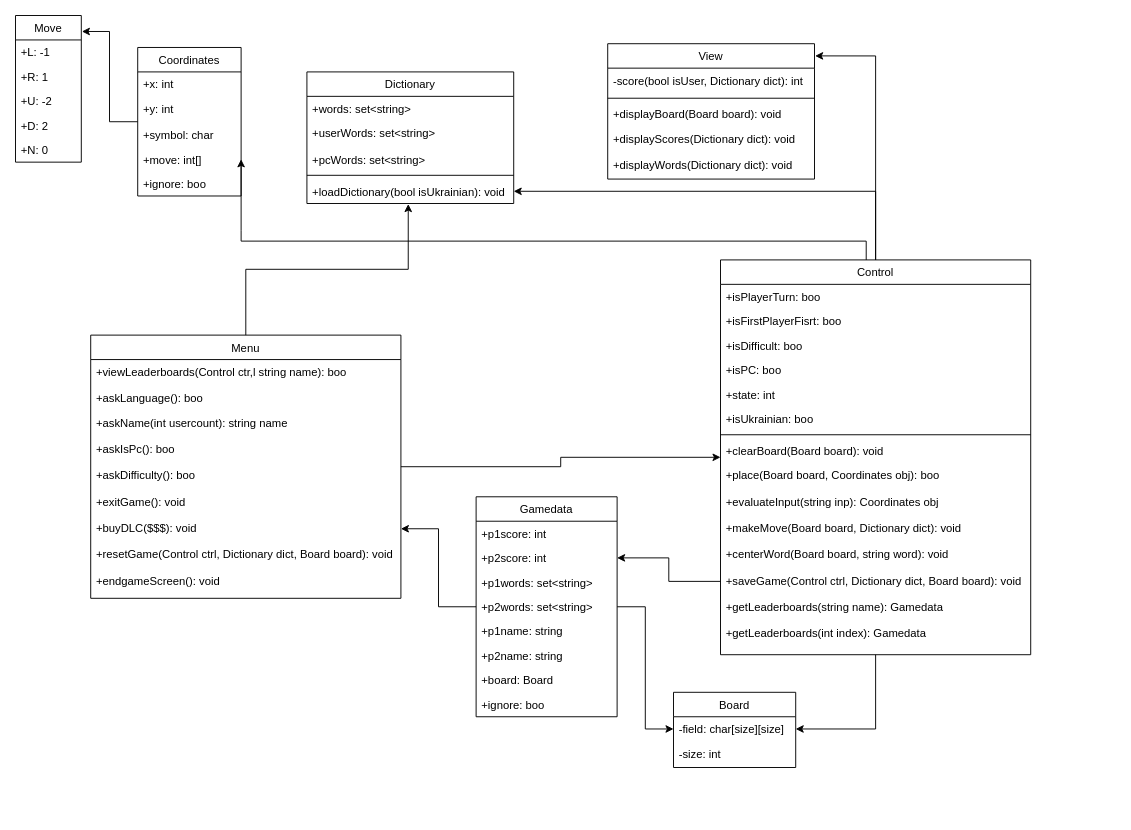
Earlier version of the draw.io diagram diagrams/ClassDiagram.drawio (MrAnt22/Kings-balda). Source tidied: cells renumbered, new cells numbered last; positions are measured from the earlier drawing's top-left corner, leaving out a move shared by most shapes. Both pictures are drawn from the tidied source at 94%, with x=0, y=0 at pixel (15, 15).
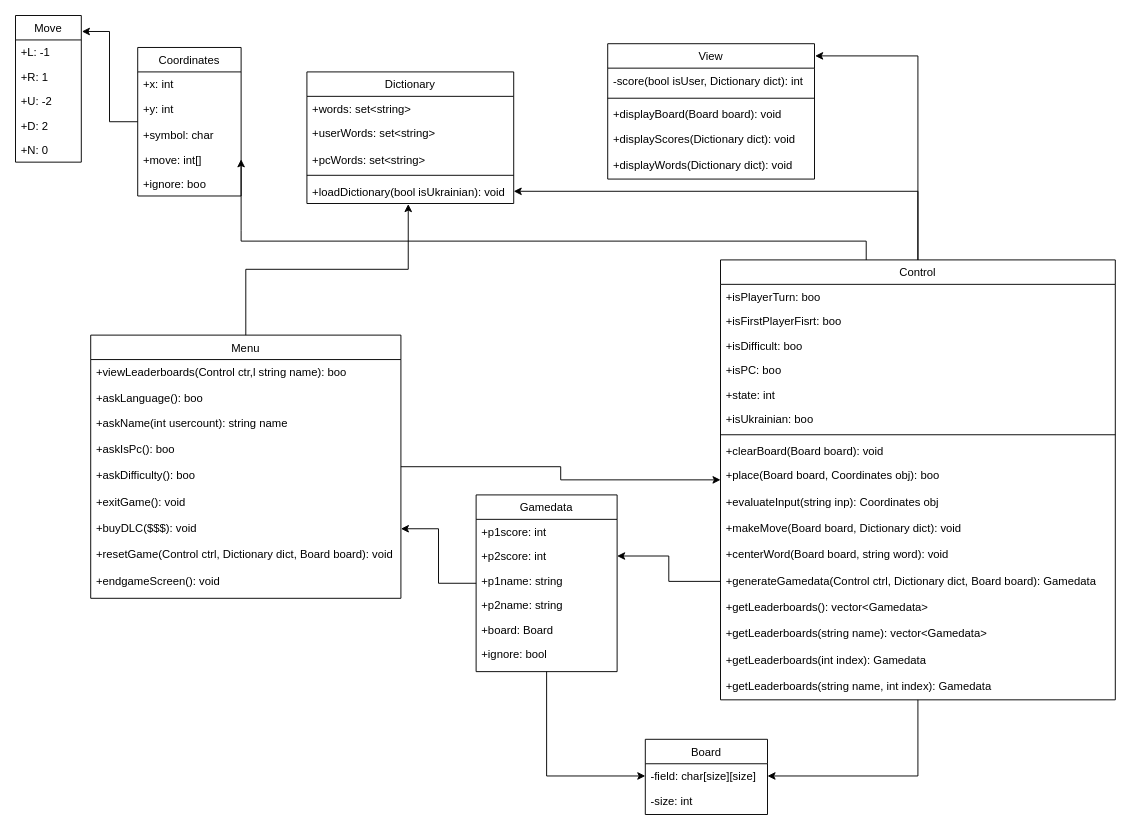
Above is the later version.

The edit, as a diff of the source:
```diff
@@
     <mxCell id="8" value="Board" style="swimlane;fontStyle=0;align=center;verticalAlign=top;horizontal=1;startSize=26;rounded=0;shadow=0;strokeWidth=1;" parent="1" vertex="1">
-      <mxGeometry x="700" y="720" width="130" height="80" as="geometry" />
+      <mxGeometry x="670" y="770" width="130" height="80" as="geometry" />
     </mxCell>
@@
     <mxCell id="26" value="Control&#10;" style="swimlane;fontStyle=0;align=center;verticalAlign=top;horizontal=1;startSize=26;rounded=0;shadow=0;strokeWidth=1;" parent="1" vertex="1">
-      <mxGeometry x="750" y="260" width="330" height="420" as="geometry" />
+      <mxGeometry x="750" y="260" width="420" height="468" as="geometry" />
     </mxCell>
     <mxCell id="27" value="+isPlayerTurn: boo" style="text;align=left;verticalAlign=top;spacingLeft=4;spacingRight=4;overflow=hidden;" parent="26" vertex="1">
-      <mxGeometry y="26" width="330" height="26" as="geometry" />
+      <mxGeometry y="26" width="420" height="26" as="geometry" />
     </mxCell>
     <mxCell id="28" value="+isFirstPlayerFisrt: boo" style="text;align=left;verticalAlign=top;spacingLeft=4;spacingRight=4;overflow=hidden;" parent="26" vertex="1">
-      <mxGeometry y="52" width="330" height="26" as="geometry" />
+      <mxGeometry y="52" width="420" height="26" as="geometry" />
     </mxCell>
     <mxCell id="29" value="+isDifficult: boo" style="text;align=left;verticalAlign=top;spacingLeft=4;spacingRight=4;overflow=hidden;" parent="26" vertex="1">
-      <mxGeometry y="78" width="330" height="26" as="geometry" />
+      <mxGeometry y="78" width="420" height="26" as="geometry" />
     </mxCell>
     <mxCell id="30" value="+isPC: boo" style="text;align=left;verticalAlign=top;spacingLeft=4;spacingRight=4;overflow=hidden;" parent="26" vertex="1">
-      <mxGeometry y="104" width="330" height="26" as="geometry" />
+      <mxGeometry y="104" width="420" height="26" as="geometry" />
     </mxCell>
     <mxCell id="31" value="+state: int" style="text;align=left;verticalAlign=top;spacingLeft=4;spacingRight=4;overflow=hidden;" parent="26" vertex="1">
-      <mxGeometry y="130" width="330" height="26" as="geometry" />
+      <mxGeometry y="130" width="420" height="26" as="geometry" />
     </mxCell>
     <mxCell id="32" value="+isUkrainian: boo" style="text;align=left;verticalAlign=top;spacingLeft=4;spacingRight=4;overflow=hidden;" parent="26" vertex="1">
-      <mxGeometry y="156" width="330" height="26" as="geometry" />
+      <mxGeometry y="156" width="420" height="26" as="geometry" />
     </mxCell>
     <mxCell id="33" style="line;html=1;strokeWidth=1;align=left;verticalAlign=middle;spacingTop=-1;spacingLeft=3;spacingRight=3;labelPosition=right;" parent="26" vertex="1">
-      <mxGeometry y="182" width="330" height="8" as="geometry" />
+      <mxGeometry y="182" width="420" height="8" as="geometry" />
     </mxCell>
     <mxCell id="34" value="+clearBoard(Board board): void" style="text;align=left;verticalAlign=top;spacingLeft=4;spacingRight=4;overflow=hidden;" parent="26" vertex="1">
-      <mxGeometry y="190" width="330" height="26" as="geometry" />
+      <mxGeometry y="190" width="420" height="26" as="geometry" />
     </mxCell>
     <mxCell id="35" value="+place(Board board, Coordinates obj): boo" style="text;align=left;verticalAlign=top;spacingLeft=4;spacingRight=4;overflow=hidden;" parent="26" vertex="1">
-      <mxGeometry y="216" width="330" height="28" as="geometry" />
+      <mxGeometry y="216" width="420" height="28" as="geometry" />
     </mxCell>
     <mxCell id="36" value="+evaluateInput(string inp): Coordinates obj" style="text;align=left;verticalAlign=top;spacingLeft=4;spacingRight=4;overflow=hidden;" parent="26" vertex="1">
-      <mxGeometry y="244" width="330" height="28" as="geometry" />
+      <mxGeometry y="244" width="420" height="28" as="geometry" />
     </mxCell>
     <mxCell id="37" value="+makeMove(Board board, Dictionary dict): void" style="text;align=left;verticalAlign=top;spacingLeft=4;spacingRight=4;overflow=hidden;" parent="26" vertex="1">
-      <mxGeometry y="272" width="330" height="28" as="geometry" />
+      <mxGeometry y="272" width="420" height="28" as="geometry" />
     </mxCell>
     <mxCell id="38" value="+centerWord(Board board, string word): void" style="text;align=left;verticalAlign=top;spacingLeft=4;spacingRight=4;overflow=hidden;" parent="26" vertex="1">
-      <mxGeometry y="300" width="330" height="28" as="geometry" />
+      <mxGeometry y="300" width="420" height="28" as="geometry" />
     </mxCell>
-    <mxCell id="39" value="+saveGame(Control ctrl, Dictionary dict, Board board): void" style="text;align=left;verticalAlign=top;spacingLeft=4;spacingRight=4;overflow=hidden;points=[[0,0.5],[1,0.5]];portConstraint=eastwest;" parent="26" vertex="1">
-      <mxGeometry y="328" width="330" height="28" as="geometry" />
+    <mxCell id="39" value="+generateGamedata(Control ctrl, Dictionary dict, Board board): Gamedata" style="text;align=left;verticalAlign=top;spacingLeft=4;spacingRight=4;overflow=hidden;points=[[0,0.5],[1,0.5]];portConstraint=eastwest;" parent="26" vertex="1">
+      <mxGeometry y="328" width="420" height="28" as="geometry" />
     </mxCell>
+    <mxCell id="74" value="+getLeaderboards(): vector&lt;Gamedata&gt;" style="text;align=left;verticalAlign=top;spacingLeft=4;spacingRight=4;overflow=hidden;" parent="26" vertex="1">
+      <mxGeometry y="356" width="420" height="28" as="geometry" />
+    </mxCell>
-    <mxCell id="40" value="+getLeaderboards(string name): Gamedata" style="text;align=left;verticalAlign=top;spacingLeft=4;spacingRight=4;overflow=hidden;" parent="26" vertex="1">
-      <mxGeometry y="356" width="330" height="28" as="geometry" />
+    <mxCell id="40" value="+getLeaderboards(string name): vector&lt;Gamedata&gt;" style="text;align=left;verticalAlign=top;spacingLeft=4;spacingRight=4;overflow=hidden;" parent="26" vertex="1">
+      <mxGeometry y="384" width="420" height="28" as="geometry" />
     </mxCell>
+    <mxCell id="75" value="+getLeaderboards(int index): Gamedata" style="text;align=left;verticalAlign=top;spacingLeft=4;spacingRight=4;overflow=hidden;" parent="26" vertex="1">
+      <mxGeometry y="412" width="420" height="28" as="geometry" />
+    </mxCell>
-    <mxCell id="41" value="+getLeaderboards(int index): Gamedata" style="text;align=left;verticalAlign=top;spacingLeft=4;spacingRight=4;overflow=hidden;" parent="26" vertex="1">
-      <mxGeometry y="384" width="330" height="28" as="geometry" />
+    <mxCell id="41" value="+getLeaderboards(string name, int index): Gamedata" style="text;align=left;verticalAlign=top;spacingLeft=4;spacingRight=4;overflow=hidden;" parent="26" vertex="1">
+      <mxGeometry y="440" width="420" height="28" as="geometry" />
     </mxCell>
@@
     <mxCell id="57" value="Gamedata" style="swimlane;fontStyle=0;align=center;verticalAlign=top;horizontal=1;startSize=26;rounded=0;shadow=0;strokeWidth=1;" parent="1" vertex="1">
-      <mxGeometry x="490" y="512" width="150" height="234" as="geometry" />
+      <mxGeometry x="490" y="510" width="150" height="188" as="geometry" />
     </mxCell>
@@
-    <mxCell id="60" value="+p1words: set&lt;string&gt;" style="text;align=left;verticalAlign=top;spacingLeft=4;spacingRight=4;overflow=hidden;rounded=0;shadow=0;html=0;" parent="57" vertex="1">
-      <mxGeometry y="78" width="150" height="26" as="geometry" />
-    </mxCell>
-    <mxCell id="61" value="+p2words: set&lt;string&gt;" style="text;align=left;verticalAlign=top;spacingLeft=4;spacingRight=4;overflow=hidden;rounded=0;shadow=0;html=0;" parent="57" vertex="1">
-      <mxGeometry y="104" width="150" height="26" as="geometry" />
-    </mxCell>
     <mxCell id="62" value="+p1name: string" style="text;align=left;verticalAlign=top;spacingLeft=4;spacingRight=4;overflow=hidden;rounded=0;shadow=0;html=0;" parent="57" vertex="1">
-      <mxGeometry y="130" width="150" height="26" as="geometry" />
+      <mxGeometry y="78" width="150" height="26" as="geometry" />
     </mxCell>
     <mxCell id="63" value="+p2name: string" style="text;align=left;verticalAlign=top;spacingLeft=4;spacingRight=4;overflow=hidden;" parent="57" vertex="1">
-      <mxGeometry y="156" width="150" height="26" as="geometry" />
+      <mxGeometry y="104" width="150" height="26" as="geometry" />
     </mxCell>
     <mxCell id="64" value="+board: Board" style="text;align=left;verticalAlign=top;spacingLeft=4;spacingRight=4;overflow=hidden;" parent="57" vertex="1">
-      <mxGeometry y="182" width="150" height="26" as="geometry" />
+      <mxGeometry y="130" width="150" height="26" as="geometry" />
     </mxCell>
-    <mxCell id="65" value="+ignore: boo" style="text;align=left;verticalAlign=top;spacingLeft=4;spacingRight=4;overflow=hidden;" parent="57" vertex="1">
-      <mxGeometry y="208" width="150" height="26" as="geometry" />
+    <mxCell id="65" value="+ignore: bool" style="text;align=left;verticalAlign=top;spacingLeft=4;spacingRight=4;overflow=hidden;" parent="57" vertex="1">
+      <mxGeometry y="156" width="150" height="26" as="geometry" />
     </mxCell>
```
